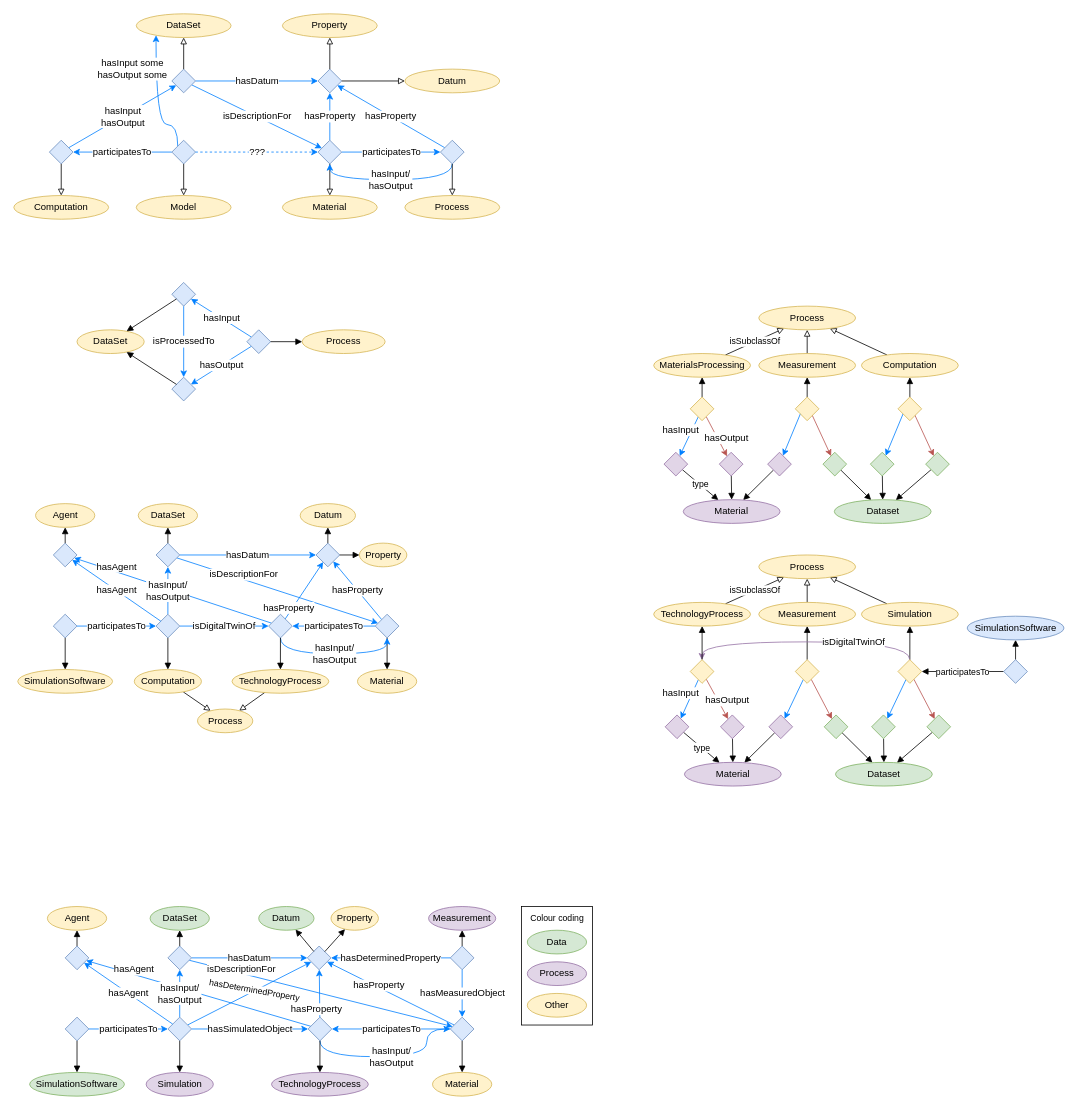
Above: page "Basic relations" (2 of 13) of docs/figs/dataset.drawio in EMMC-ASBL/tripper (draw.io), before the change. Source tidied: cells renumbered, new cells numbered last; positions are measured from the earlier drawing's top-left corner, leaving out a move shared by most shapes. Both pictures are drawn from the tidied source at 79%, with x=0, y=0 at pixel (13, 13).
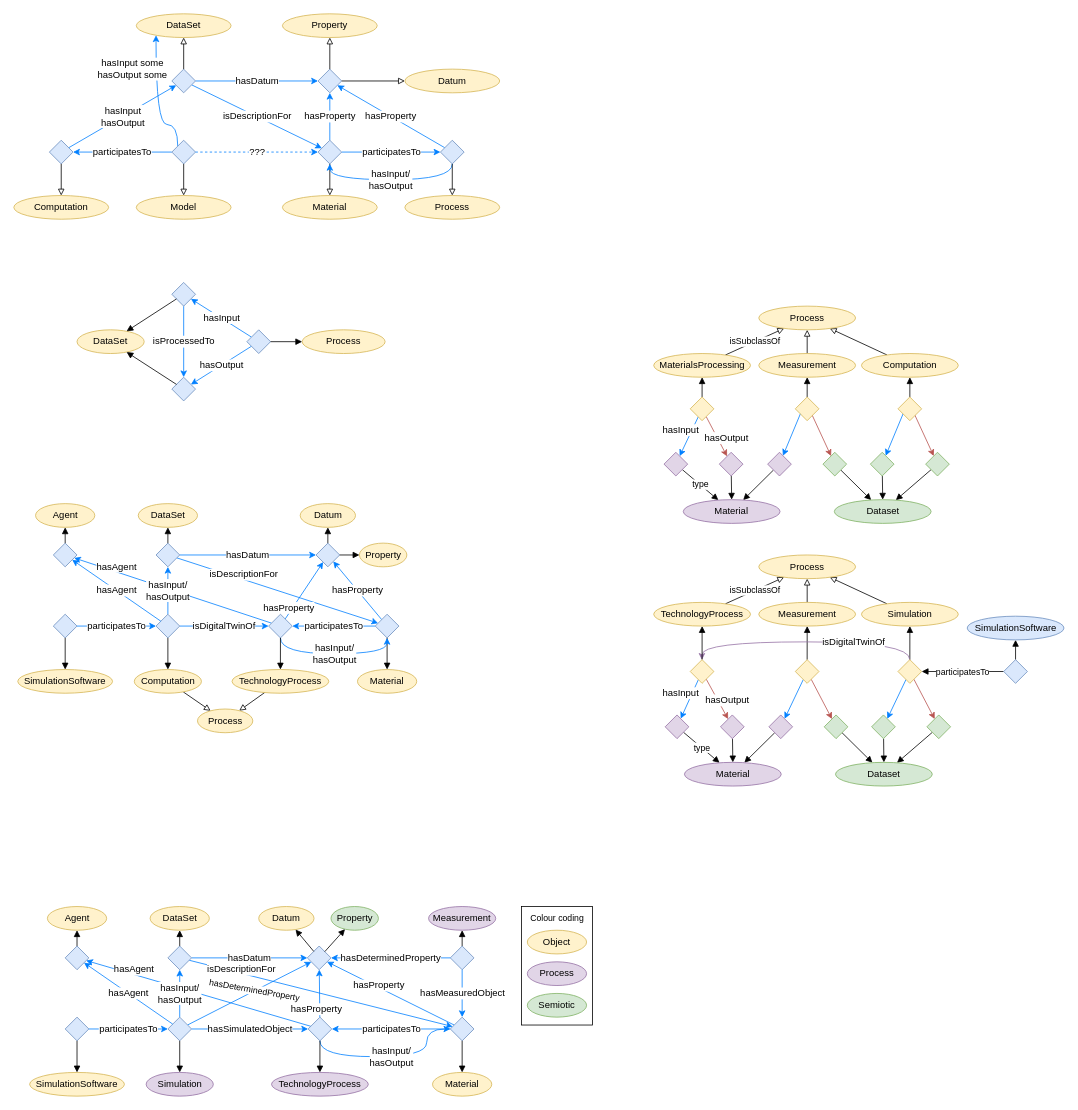
Above is the later version.

Commit message (it also covers changes not shown here):
Updated basic relations figure

Change to the diagram source:
```diff
@@
-    <mxCell id="154" value="DataSet" style="ellipse;whiteSpace=wrap;html=1;fillColor=#d5e8d4;strokeColor=#82b366;" parent="1" vertex="1">
+    <mxCell id="154" value="DataSet" style="ellipse;whiteSpace=wrap;html=1;fillColor=#fff2cc;strokeColor=#d6b656;" parent="1" vertex="1">
       <mxGeometry x="172.5" y="1130" width="75" height="30" as="geometry" />
     </mxCell>
-    <mxCell id="155" value="&lt;span style=&quot;font-weight: normal;&quot;&gt;Property&lt;/span&gt;" style="ellipse;whiteSpace=wrap;html=1;fillColor=#fff2cc;strokeColor=#d6b656;fontStyle=1;" parent="1" vertex="1">
+    <mxCell id="155" value="&lt;span style=&quot;font-weight: normal;&quot;&gt;Property&lt;/span&gt;" style="ellipse;whiteSpace=wrap;html=1;fillColor=#d5e8d4;strokeColor=#82b366;fontStyle=1;" parent="1" vertex="1">
       <mxGeometry x="401.5" y="1130" width="60" height="30" as="geometry" />
     </mxCell>
-    <mxCell id="156" value="&lt;span style=&quot;font-weight: normal;&quot;&gt;Datum&lt;/span&gt;" style="ellipse;whiteSpace=wrap;html=1;fillColor=#d5e8d4;strokeColor=#82b366;fontStyle=1;" parent="1" vertex="1">
+    <mxCell id="156" value="&lt;span style=&quot;font-weight: normal;&quot;&gt;Datum&lt;/span&gt;" style="ellipse;whiteSpace=wrap;html=1;fillColor=#fff2cc;strokeColor=#d6b656;fontStyle=1;" parent="1" vertex="1">
       <mxGeometry x="310" y="1130" width="70" height="30" as="geometry" />
     </mxCell>
@@
-    <mxCell id="159" value="&lt;span style=&quot;font-weight: normal;&quot;&gt;SimulationSoftware&lt;/span&gt;" style="ellipse;whiteSpace=wrap;html=1;fillColor=#d5e8d4;strokeColor=#82b366;fontStyle=1;" parent="1" vertex="1">
+    <mxCell id="159" value="&lt;span style=&quot;font-weight: normal;&quot;&gt;SimulationSoftware&lt;/span&gt;" style="ellipse;whiteSpace=wrap;html=1;fillColor=#fff2cc;strokeColor=#d6b656;fontStyle=1;" parent="1" vertex="1">
       <mxGeometry x="20" y="1340" width="120" height="30" as="geometry" />
     </mxCell>
@@
-    <mxCell id="192" value="Data" style="ellipse;whiteSpace=wrap;html=1;fillColor=#d5e8d4;strokeColor=#82b366;" parent="1" vertex="1">
+    <mxCell id="192" value="Object" style="ellipse;whiteSpace=wrap;html=1;fillColor=#fff2cc;strokeColor=#d6b656;" parent="1" vertex="1">
       <mxGeometry x="650" y="1160" width="75" height="30" as="geometry" />
     </mxCell>
@@
-    <mxCell id="194" value="Other" style="ellipse;whiteSpace=wrap;html=1;fillColor=#fff2cc;strokeColor=#d6b656;" parent="1" vertex="1">
+    <mxCell id="194" value="Semiotic" style="ellipse;whiteSpace=wrap;html=1;fillColor=#d5e8d4;strokeColor=#82b366;" parent="1" vertex="1">
       <mxGeometry x="650" y="1240" width="75" height="30" as="geometry" />
     </mxCell>
```
